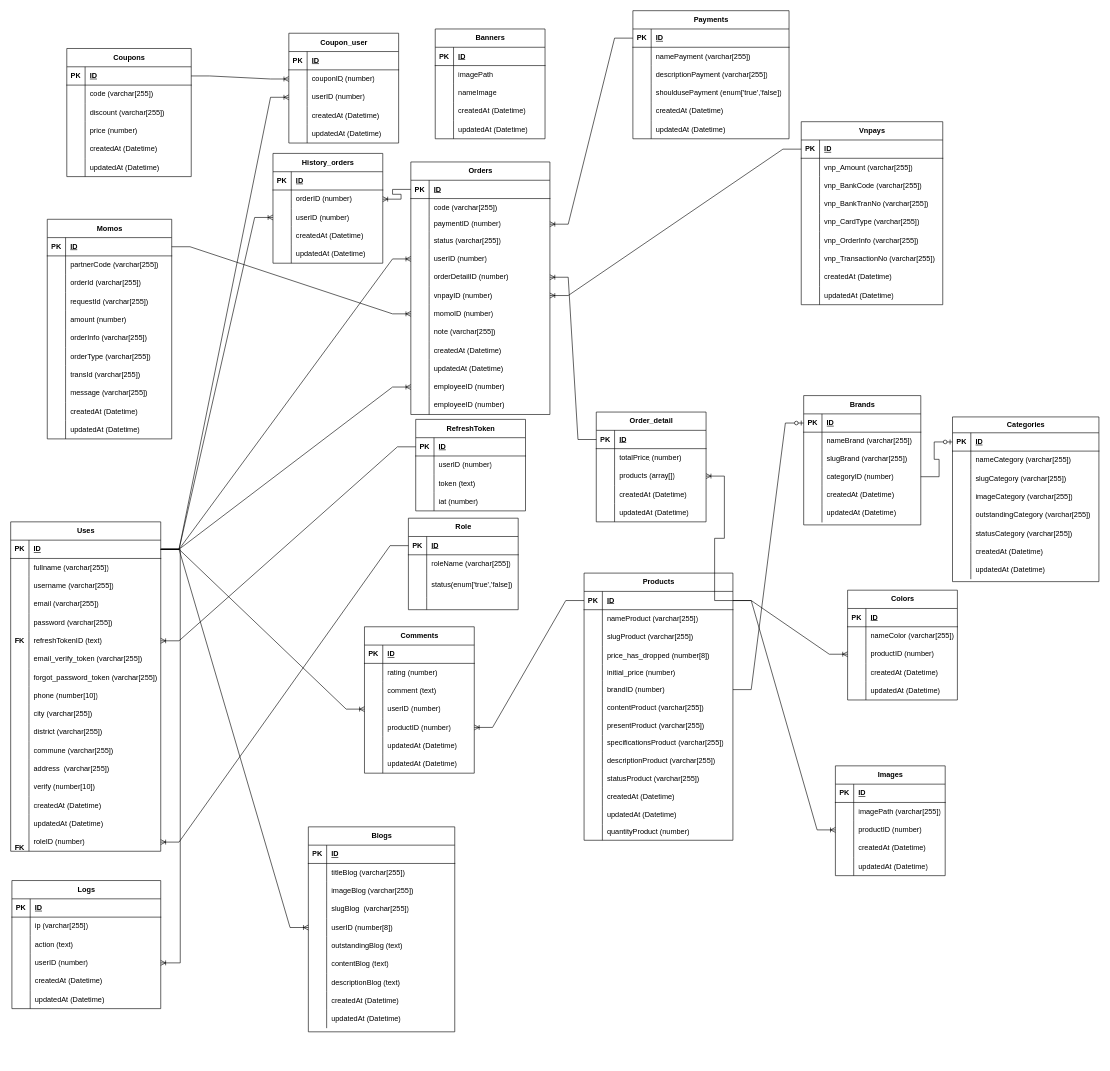
This is src/doan.drawio from QuocHuy03/HoangHaPC, a draw.io file, before an edit. Source tidied: cells renumbered, new cells numbered last; positions are measured from the earlier drawing's top-left corner, leaving out a move shared by most shapes. Both pictures are drawn from the tidied source at 61%, with x=0, y=0 at pixel (10, -52).
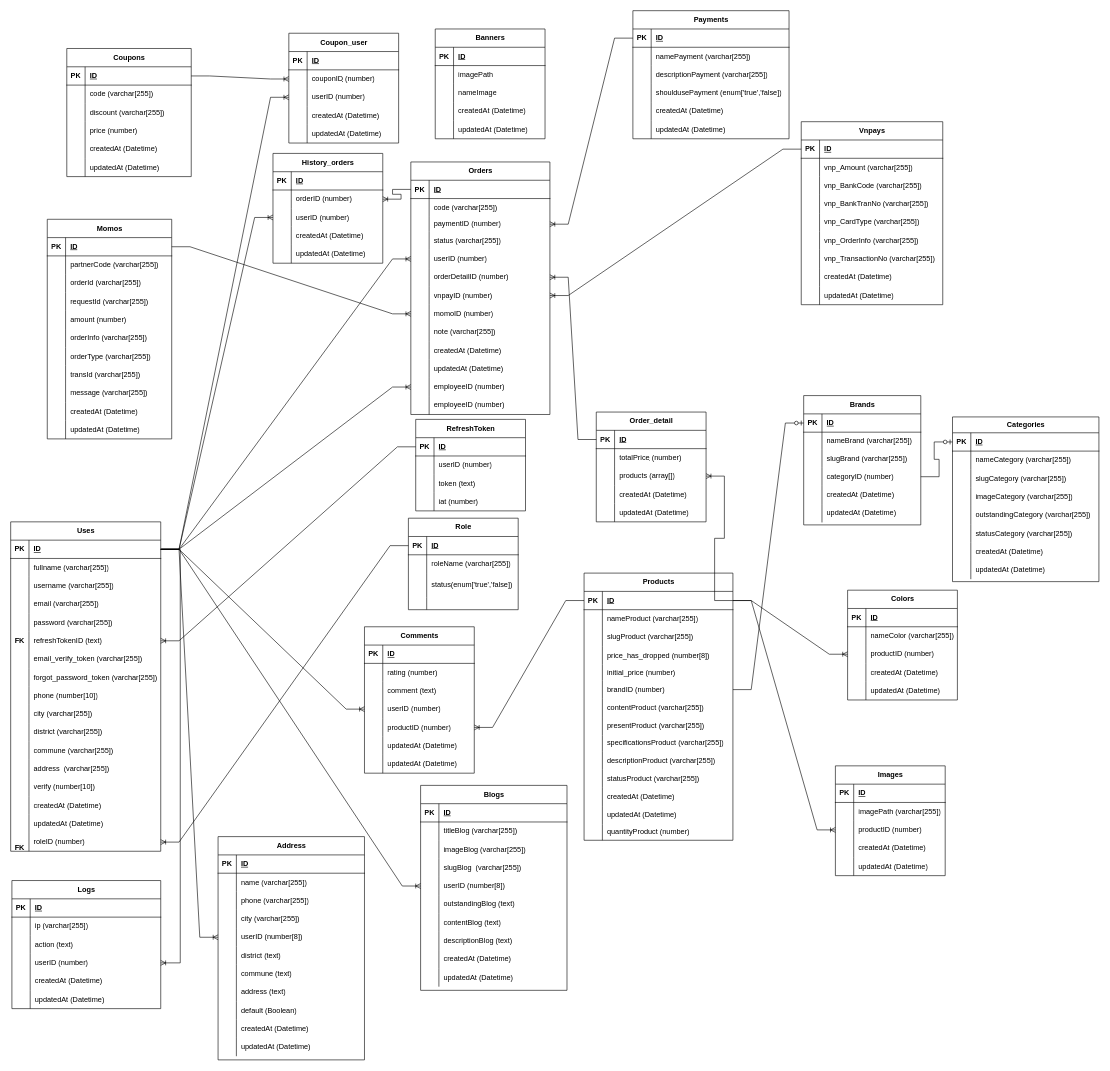
The same page after the edit.

Commit message:
Cập nhật doan.drawio

The change refers to these unchanged cells:
```xml
<mxCell id="3" style="shape=tableRow;horizontal=0;startSize=0;swimlaneHead=0;swimlaneBody=0;fillColor=none;points=[[0,0.5],[1,0.5]];portConstraint=eastwest;top=0;left=0;right=0;bottom=1;" parent="2" vertex="1">
  <mxGeometry y="30" width="246" height="30" as="geometry" />
</mxCell>
```

Diff of the diagram source:
```diff
@@
     <mxCell id="203" value="Blogs" style="shape=table;startSize=30;childLayout=tableLayout;rowLines=0;fontStyle=1;align=center;html=1;" parent="1" vertex="1">
-      <mxGeometry x="488" y="1440" width="240" height="336" as="geometry" />
+      <mxGeometry x="672" y="1372" width="240" height="336" as="geometry" />
     </mxCell>
@@
+    <mxCell id="496" value="Address" style="shape=table;startSize=30;childLayout=tableLayout;rowLines=0;fontStyle=1;align=center;html=1;" parent="1" vertex="1">
+      <mxGeometry x="340" y="1456" width="240" height="366" as="geometry" />
+    </mxCell>
+    <mxCell id="497" style="shape=tableRow;horizontal=0;startSize=0;swimlaneHead=0;swimlaneBody=0;fillColor=none;top=0;left=0;right=0;bottom=1;" parent="496" vertex="1">
+      <mxGeometry y="30" width="240" height="30" as="geometry" />
+    </mxCell>
+    <mxCell id="498" value="PK" style="shape=partialRectangle;fillColor=none;top=0;left=0;bottom=0;right=0;fontStyle=1;overflow=hidden;whiteSpace=wrap;html=1;" parent="497" vertex="1">
+      <mxGeometry width="30" height="30" as="geometry" />
+    </mxCell>
+    <mxCell id="499" value="ID" style="shape=partialRectangle;fillColor=none;top=0;left=0;bottom=0;right=0;align=left;spacingLeft=6;fontStyle=5;overflow=hidden;whiteSpace=wrap;html=1;" parent="497" vertex="1">
+      <mxGeometry x="30" width="210" height="30" as="geometry" />
+    </mxCell>
+    <mxCell id="500" style="shape=tableRow;horizontal=0;startSize=0;swimlaneHead=0;swimlaneBody=0;fillColor=none;top=0;left=0;right=0;bottom=0;" parent="496" vertex="1">
+      <mxGeometry y="60" width="240" height="30" as="geometry" />
+    </mxCell>
+    <mxCell id="501" style="shape=partialRectangle;fillColor=none;top=0;left=0;bottom=0;right=0;overflow=hidden;whiteSpace=wrap;html=1;" parent="500" vertex="1">
+      <mxGeometry width="30" height="30" as="geometry" />
+    </mxCell>
+    <mxCell id="502" value="name&amp;nbsp;(varchar[255])" style="shape=partialRectangle;fillColor=none;top=0;left=0;bottom=0;right=0;align=left;spacingLeft=6;overflow=hidden;whiteSpace=wrap;html=1;" parent="500" vertex="1">
+      <mxGeometry x="30" width="210" height="30" as="geometry" />
+    </mxCell>
+    <mxCell id="503" style="shape=tableRow;horizontal=0;startSize=0;swimlaneHead=0;swimlaneBody=0;fillColor=none;top=0;left=0;right=0;bottom=0;" parent="496" vertex="1">
+      <mxGeometry y="90" width="240" height="30" as="geometry" />
+    </mxCell>
+    <mxCell id="504" style="shape=partialRectangle;fillColor=none;top=0;left=0;bottom=0;right=0;overflow=hidden;whiteSpace=wrap;html=1;" parent="503" vertex="1">
+      <mxGeometry width="30" height="30" as="geometry" />
+    </mxCell>
+    <mxCell id="505" value="phone (varchar[255])" style="shape=partialRectangle;fillColor=none;top=0;left=0;bottom=0;right=0;align=left;spacingLeft=6;overflow=hidden;whiteSpace=wrap;html=1;" parent="503" vertex="1">
+      <mxGeometry x="30" width="210" height="30" as="geometry" />
+    </mxCell>
+    <mxCell id="506" style="shape=tableRow;horizontal=0;startSize=0;swimlaneHead=0;swimlaneBody=0;fillColor=none;top=0;left=0;right=0;bottom=0;" parent="496" vertex="1">
+      <mxGeometry y="120" width="240" height="30" as="geometry" />
+    </mxCell>
+    <mxCell id="507" style="shape=partialRectangle;fillColor=none;top=0;left=0;bottom=0;right=0;overflow=hidden;whiteSpace=wrap;html=1;" parent="506" vertex="1">
+      <mxGeometry width="30" height="30" as="geometry" />
+    </mxCell>
+    <mxCell id="508" value="city (varchar[255])" style="shape=partialRectangle;fillColor=none;top=0;left=0;bottom=0;right=0;align=left;spacingLeft=6;overflow=hidden;whiteSpace=wrap;html=1;" parent="506" vertex="1">
+      <mxGeometry x="30" width="210" height="30" as="geometry" />
+    </mxCell>
+    <mxCell id="509" style="shape=tableRow;horizontal=0;startSize=0;swimlaneHead=0;swimlaneBody=0;fillColor=none;points=[[0,0.5],[1,0.5]];portConstraint=eastwest;top=0;left=0;right=0;bottom=0;" parent="496" vertex="1">
+      <mxGeometry y="150" width="240" height="30" as="geometry" />
+    </mxCell>
+    <mxCell id="510" style="shape=partialRectangle;fillColor=none;top=0;left=0;bottom=0;right=0;overflow=hidden;whiteSpace=wrap;html=1;" parent="509" vertex="1">
+      <mxGeometry width="30" height="30" as="geometry" />
+    </mxCell>
+    <mxCell id="511" value="userID (number[8])" style="shape=partialRectangle;fillColor=none;top=0;left=0;bottom=0;right=0;align=left;spacingLeft=6;overflow=hidden;whiteSpace=wrap;html=1;" parent="509" vertex="1">
+      <mxGeometry x="30" width="210" height="30" as="geometry" />
+    </mxCell>
+    <mxCell id="512" style="shape=tableRow;horizontal=0;startSize=0;swimlaneHead=0;swimlaneBody=0;fillColor=none;top=0;left=0;right=0;bottom=0;" parent="496" vertex="1">
+      <mxGeometry y="180" width="240" height="30" as="geometry" />
+    </mxCell>
+    <mxCell id="513" style="shape=partialRectangle;fillColor=none;top=0;left=0;bottom=0;right=0;overflow=hidden;whiteSpace=wrap;html=1;" parent="512" vertex="1">
+      <mxGeometry width="30" height="30" as="geometry" />
+    </mxCell>
+    <mxCell id="514" value="district (text)" style="shape=partialRectangle;fillColor=none;top=0;left=0;bottom=0;right=0;align=left;spacingLeft=6;overflow=hidden;whiteSpace=wrap;html=1;" parent="512" vertex="1">
+      <mxGeometry x="30" width="210" height="30" as="geometry" />
+    </mxCell>
+    <mxCell id="515" style="shape=tableRow;horizontal=0;startSize=0;swimlaneHead=0;swimlaneBody=0;fillColor=none;top=0;left=0;right=0;bottom=0;" parent="496" vertex="1">
+      <mxGeometry y="210" width="240" height="30" as="geometry" />
+    </mxCell>
+    <mxCell id="516" style="shape=partialRectangle;fillColor=none;top=0;left=0;bottom=0;right=0;overflow=hidden;whiteSpace=wrap;html=1;" parent="515" vertex="1">
+      <mxGeometry width="30" height="30" as="geometry" />
+    </mxCell>
+    <mxCell id="517" value="commune (text)" style="shape=partialRectangle;fillColor=none;top=0;left=0;bottom=0;right=0;align=left;spacingLeft=6;overflow=hidden;whiteSpace=wrap;html=1;" parent="515" vertex="1">
+      <mxGeometry x="30" width="210" height="30" as="geometry" />
+    </mxCell>
+    <mxCell id="518" style="shape=tableRow;horizontal=0;startSize=0;swimlaneHead=0;swimlaneBody=0;fillColor=none;top=0;left=0;right=0;bottom=0;" parent="496" vertex="1">
+      <mxGeometry y="240" width="240" height="30" as="geometry" />
+    </mxCell>
+    <mxCell id="519" style="shape=partialRectangle;fillColor=none;top=0;left=0;bottom=0;right=0;overflow=hidden;whiteSpace=wrap;html=1;" parent="518" vertex="1">
+      <mxGeometry width="30" height="30" as="geometry" />
+    </mxCell>
+    <mxCell id="520" value="address (text)" style="shape=partialRectangle;fillColor=none;top=0;left=0;bottom=0;right=0;align=left;spacingLeft=6;overflow=hidden;whiteSpace=wrap;html=1;" parent="518" vertex="1">
+      <mxGeometry x="30" width="210" height="30" as="geometry" />
+    </mxCell>
+    <mxCell id="521" style="shape=tableRow;horizontal=0;startSize=0;swimlaneHead=0;swimlaneBody=0;fillColor=none;top=0;left=0;right=0;bottom=0;" parent="496" vertex="1">
+      <mxGeometry y="270" width="240" height="30" as="geometry" />
+    </mxCell>
+    <mxCell id="522" style="shape=partialRectangle;fillColor=none;top=0;left=0;bottom=0;right=0;overflow=hidden;whiteSpace=wrap;html=1;" parent="521" vertex="1">
+      <mxGeometry width="30" height="30" as="geometry" />
+    </mxCell>
+    <mxCell id="523" value="default (Boolean)" style="shape=partialRectangle;fillColor=none;top=0;left=0;bottom=0;right=0;align=left;spacingLeft=6;overflow=hidden;whiteSpace=wrap;html=1;" parent="521" vertex="1">
+      <mxGeometry x="30" width="210" height="30" as="geometry" />
+    </mxCell>
+    <mxCell id="524" style="shape=tableRow;horizontal=0;startSize=0;swimlaneHead=0;swimlaneBody=0;fillColor=none;top=0;left=0;right=0;bottom=0;" parent="496" vertex="1">
+      <mxGeometry y="300" width="240" height="30" as="geometry" />
+    </mxCell>
+    <mxCell id="525" style="shape=partialRectangle;fillColor=none;top=0;left=0;bottom=0;right=0;overflow=hidden;whiteSpace=wrap;html=1;" parent="524" vertex="1">
+      <mxGeometry width="30" height="30" as="geometry" />
+    </mxCell>
+    <mxCell id="526" value="createdAt (Datetime)" style="shape=partialRectangle;fillColor=none;top=0;left=0;bottom=0;right=0;align=left;spacingLeft=6;overflow=hidden;whiteSpace=wrap;html=1;" parent="524" vertex="1">
+      <mxGeometry x="30" width="210" height="30" as="geometry" />
+    </mxCell>
+    <mxCell id="527" style="shape=tableRow;horizontal=0;startSize=0;swimlaneHead=0;swimlaneBody=0;fillColor=none;top=0;left=0;right=0;bottom=0;" parent="496" vertex="1">
+      <mxGeometry y="330" width="240" height="30" as="geometry" />
+    </mxCell>
+    <mxCell id="528" style="shape=partialRectangle;fillColor=none;top=0;left=0;bottom=0;right=0;overflow=hidden;whiteSpace=wrap;html=1;" parent="527" vertex="1">
+      <mxGeometry width="30" height="30" as="geometry" />
+    </mxCell>
+    <mxCell id="529" value="updatedAt (Datetime)" style="shape=partialRectangle;fillColor=none;top=0;left=0;bottom=0;right=0;align=left;spacingLeft=6;overflow=hidden;whiteSpace=wrap;html=1;" parent="527" vertex="1">
+      <mxGeometry x="30" width="210" height="30" as="geometry" />
+    </mxCell>
+    <mxCell id="530" style="edgeStyle=entityRelationEdgeStyle;fontSize=12;html=1;endArrow=ERoneToMany;rounded=0;exitX=1;exitY=0.5;exitDx=0;exitDy=0;entryX=0;entryY=0.5;entryDx=0;entryDy=0;" parent="1" edge="1" source="3" target="509">
+      <mxGeometry relative="1" as="geometry">
+        <Array as="points">
+          <mxPoint x="738" y="1669" />
+          <mxPoint x="486" y="1867" />
+          <mxPoint x="714" y="1677" />
+          <mxPoint x="644" y="1528" />
+          <mxPoint x="134" y="1675" />
+        </Array>
+      </mxGeometry>
+    </mxCell>
```
